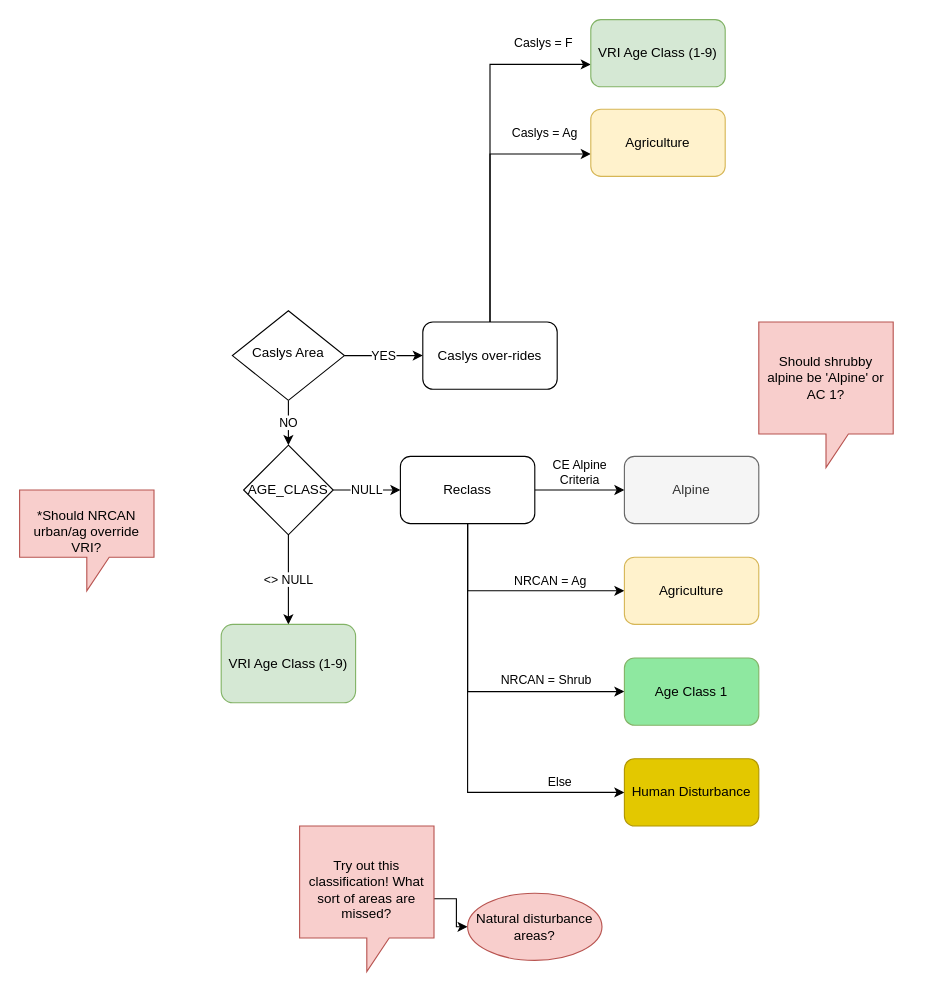
Above: Untitled Diagram.drawio in rustyjux/rustyjux (draw.io), before the change. Source tidied: cells renumbered, new cells numbered last; positions are measured from the earlier drawing's top-left corner, leaving out a move shared by most shapes. Both pictures are drawn from the tidied source at 112%, with x=0, y=0 at pixel (19, 19).
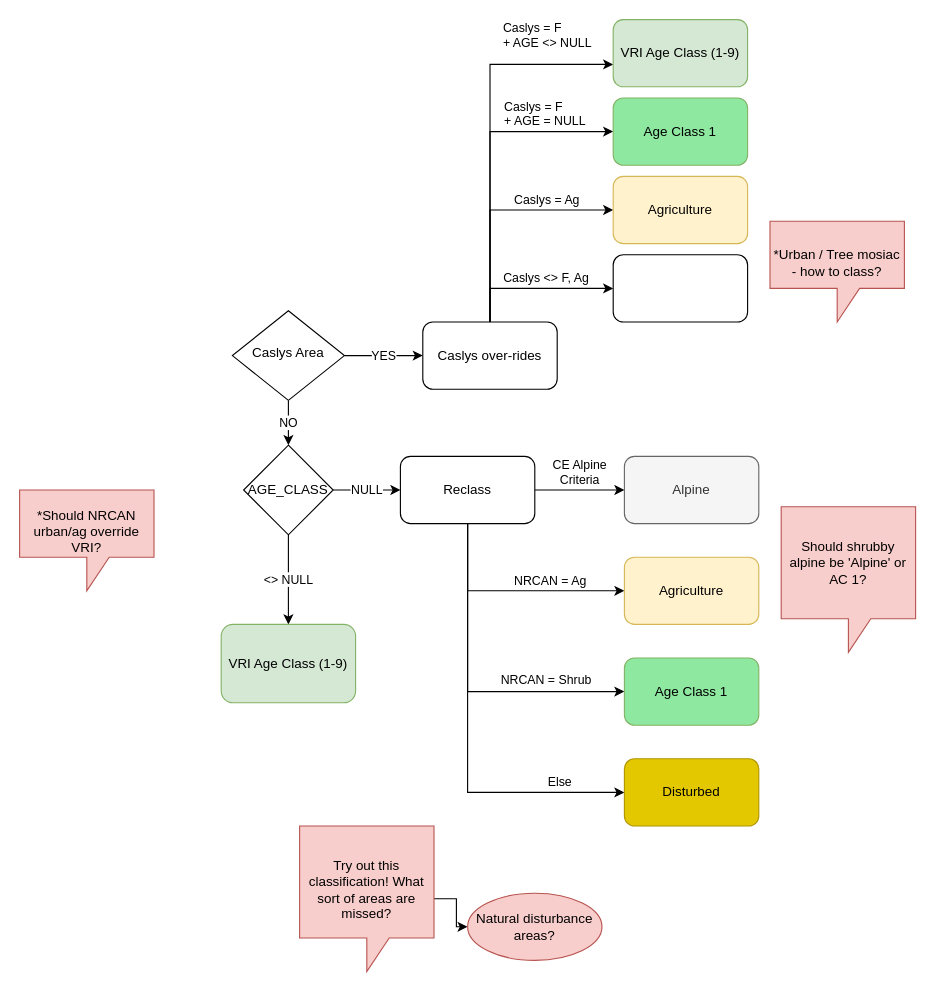
The same diagram, later.

The change refers to these unchanged cells:
```xml
<mxCell id="11" value="Caslys over-rides" style="whiteSpace=wrap;html=1;rounded=1;" parent="1" vertex="1">
  <mxGeometry x="360" y="270" width="120" height="60" as="geometry" />
</mxCell>
```

Change to the diagram source:
```diff
@@
     <mxCell id="9" value="Caslys = Ag" style="edgeStyle=orthogonalEdgeStyle;rounded=0;jettySize=auto;html=1;verticalAlign=bottom;labelPosition=right;verticalLabelPosition=top;align=left;" parent="1" edge="1" source="11" target="12">
-      <mxGeometry x="0.4" y="10" relative="1" as="geometry">
+      <mxGeometry x="0.14" relative="1" as="geometry">
         <Array as="points">
-          <mxPoint x="420" y="120" />
+          <mxPoint x="420" y="170" />
         </Array>
       </mxGeometry>
     </mxCell>
-    <mxCell id="10" value="Caslys = F" style="edgeStyle=orthogonalEdgeStyle;rounded=0;jettySize=auto;html=1;verticalAlign=bottom;labelPosition=right;verticalLabelPosition=top;align=left;" parent="1" edge="1" source="11" target="13">
-      <mxGeometry x="0.56" y="10" relative="1" as="geometry">
+    <mxCell id="10" value="Caslys = F&lt;br&gt;+ AGE &amp;lt;&amp;gt; NULL" style="edgeStyle=orthogonalEdgeStyle;rounded=0;jettySize=auto;html=1;verticalAlign=bottom;labelPosition=right;verticalLabelPosition=top;align=left;" parent="1" edge="1" source="11" target="13">
+      <mxGeometry x="0.41" y="10" relative="1" as="geometry">
         <Array as="points">
           <mxPoint x="420" y="40" />
         </Array>
       </mxGeometry>
     </mxCell>
+    <mxCell id="28" value="Caslys &amp;lt;&amp;gt; F, Ag" style="edgeStyle=orthogonalEdgeStyle;rounded=0;jettySize=auto;html=1;verticalAlign=bottom;" parent="1" edge="1" source="11" target="31">
+      <mxGeometry x="0.14" relative="1" as="geometry">
+        <Array as="points">
+          <mxPoint x="420" y="240" />
+        </Array>
+      </mxGeometry>
+    </mxCell>
@@
     <mxCell id="12" value="Agriculture" style="whiteSpace=wrap;html=1;rounded=1;labelBackgroundColor=none;fillColor=#fff2cc;strokeColor=#d6b656;" parent="1" vertex="1">
-      <mxGeometry x="510" y="80" width="120" height="60" as="geometry" />
+      <mxGeometry x="530" y="140" width="120" height="60" as="geometry" />
     </mxCell>
     <mxCell id="13" value="VRI Age Class (1-9)" style="whiteSpace=wrap;html=1;rounded=1;fillColor=#d5e8d4;strokeColor=#82b366;" parent="1" vertex="1">
-      <mxGeometry x="510" width="120" height="60" as="geometry" />
+      <mxGeometry x="530" width="120" height="60" as="geometry" />
     </mxCell>
@@
-    <mxCell id="22" value="Human Disturbance" style="whiteSpace=wrap;html=1;rounded=1;fillColor=#e3c800;strokeColor=#B09500;fontColor=#000000;" parent="1" vertex="1">
+    <mxCell id="22" value="Disturbed" style="whiteSpace=wrap;html=1;rounded=1;fillColor=#e3c800;strokeColor=#B09500;fontColor=#000000;" parent="1" vertex="1">
       <mxGeometry x="540" y="660" width="120" height="60" as="geometry" />
     </mxCell>
     <mxCell id="23" value="&lt;span style=&quot;color: rgb(0, 0, 0); font-family: Helvetica; font-size: 12px; font-style: normal; font-variant-ligatures: normal; font-variant-caps: normal; font-weight: 400; letter-spacing: normal; orphans: 2; text-align: center; text-indent: 0px; text-transform: none; widows: 2; word-spacing: 0px; -webkit-text-stroke-width: 0px; text-decoration-thickness: initial; text-decoration-style: initial; text-decoration-color: initial; float: none; display: inline !important;&quot;&gt;Should shrubby alpine be 'Alpine' or AC 1?&lt;/span&gt;" style="shape=callout;whiteSpace=wrap;html=1;perimeter=calloutPerimeter;labelBackgroundColor=none;fillColor=#f8cecc;strokeColor=#b85450;" parent="1" vertex="1">
-      <mxGeometry x="660" y="270" width="120" height="130" as="geometry" />
+      <mxGeometry x="680" y="435" width="120" height="130" as="geometry" />
     </mxCell>
@@
+    <mxCell id="29" value="Caslys = F&lt;br&gt;+ AGE = NULL" style="edgeStyle=orthogonalEdgeStyle;rounded=0;jettySize=auto;html=1;verticalAlign=bottom;labelPosition=right;verticalLabelPosition=top;align=left;" parent="1" edge="1" target="30">
+      <mxGeometry x="0.29" relative="1" as="geometry">
+        <mxPoint x="420" y="270" as="sourcePoint" />
+        <Array as="points">
+          <mxPoint x="420" y="100" />
+        </Array>
+      </mxGeometry>
+    </mxCell>
+    <mxCell id="30" value="Age Class 1" style="whiteSpace=wrap;html=1;rounded=1;fillColor=#8EE8A0;strokeColor=#82b366;" parent="1" vertex="1">
+      <mxGeometry x="530" y="70" width="120" height="60" as="geometry" />
+    </mxCell>
+    <mxCell id="31" style="whiteSpace=wrap;html=1;rounded=1;" parent="1" vertex="1">
+      <mxGeometry x="530" y="210" width="120" height="60" as="geometry" />
+    </mxCell>
+    <mxCell id="32" value="&lt;br&gt;&lt;span style=&quot;color: rgb(0, 0, 0); font-family: Helvetica; font-size: 12px; font-style: normal; font-variant-ligatures: normal; font-variant-caps: normal; font-weight: 400; letter-spacing: normal; orphans: 2; text-align: center; text-indent: 0px; text-transform: none; widows: 2; word-spacing: 0px; -webkit-text-stroke-width: 0px; text-decoration-thickness: initial; text-decoration-style: initial; text-decoration-color: initial; float: none; display: inline !important;&quot;&gt;*Urban / Tree mosiac - how to class?&lt;/span&gt;" style="shape=callout;whiteSpace=wrap;html=1;perimeter=calloutPerimeter;labelBackgroundColor=none;fillColor=#f8cecc;strokeColor=#b85450;" parent="1" vertex="1">
+      <mxGeometry x="670" y="180" width="120" height="90" as="geometry" />
+    </mxCell>
```
